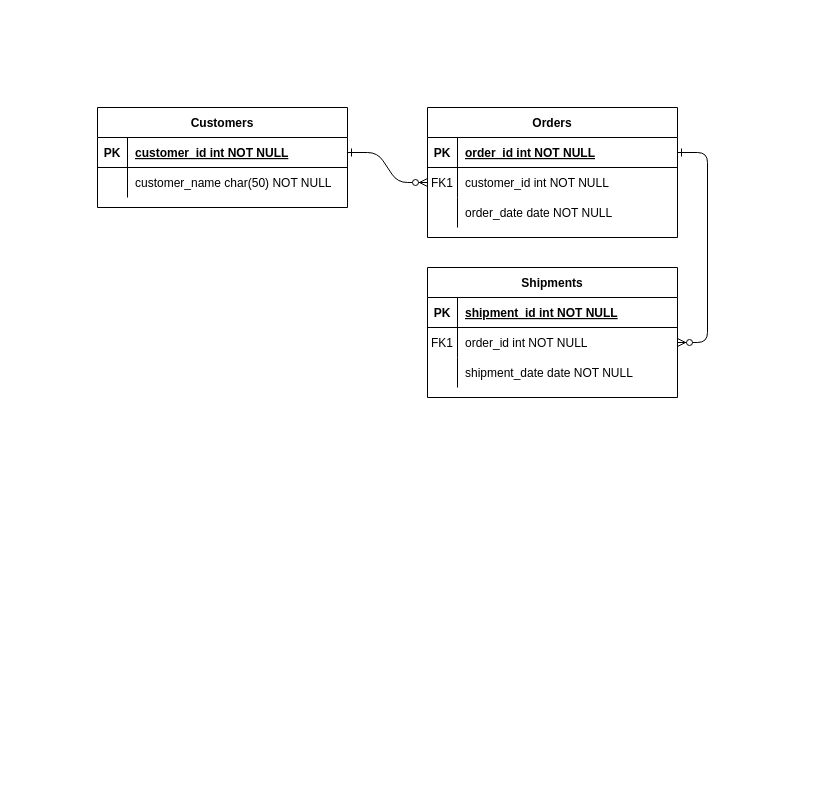
Earlier version of the draw.io diagram hotel.drawio (Kam1goroshi/DatabasesAssignment). Source tidied: cells renumbered, new cells numbered last; positions are measured from the earlier drawing's top-left corner, leaving out a move shared by most shapes. Both pictures are drawn from the tidied source at 100%, with x=0, y=0 at pixel (97, 107).
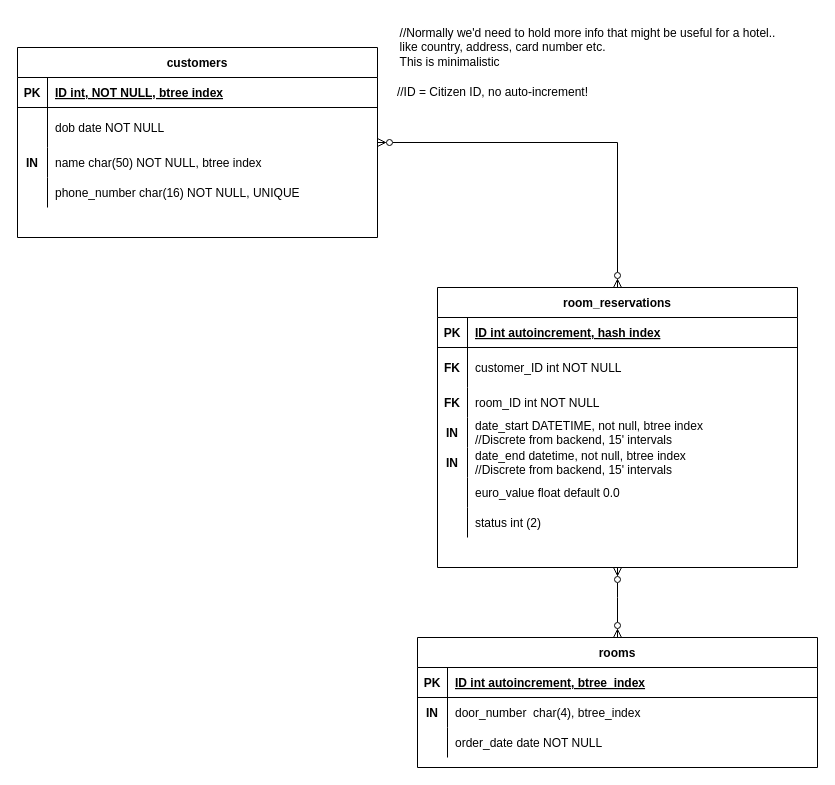
The same page after the edit.

What changed in the source:
```diff
@@
-    <mxCell id="2" style="edgeStyle=entityRelationEdgeStyle;endArrow=ERzeroToMany;startArrow=ERone;endFill=1;startFill=0;" parent="1" edge="1" source="25" target="8">
-      <mxGeometry relative="1" as="geometry" />
-    </mxCell>
-    <mxCell id="3" style="edgeStyle=entityRelationEdgeStyle;endArrow=ERzeroToMany;startArrow=ERone;endFill=1;startFill=0;" parent="1" edge="1" source="5" target="18">
-      <mxGeometry relative="1" as="geometry" />
-    </mxCell>
-    <mxCell id="4" value="Orders" style="shape=table;startSize=30;childLayout=tableLayout;rowLines=0;fontStyle=1;align=center;" parent="1" vertex="1">
-      <mxGeometry x="330" width="250" height="130" as="geometry" />
+    <mxCell id="4" value="rooms" style="shape=table;startSize=30;childLayout=tableLayout;rowLines=0;fontStyle=1;align=center;" parent="1" vertex="1">
+      <mxGeometry x="320" y="530" width="400" height="130" as="geometry" />
     </mxCell>
     <mxCell id="5" style="shape=partialRectangle;fillColor=none;points=[[0,0.5],[1,0.5]];portConstraint=eastwest;top=0;left=0;right=0;bottom=1;" parent="4" vertex="1">
-      <mxGeometry y="30" width="250" height="30" as="geometry" />
+      <mxGeometry y="30" width="400" height="30" as="geometry" />
     </mxCell>
@@
-    <mxCell id="7" value="order_id int NOT NULL " style="shape=partialRectangle;overflow=hidden;fillColor=none;top=0;left=0;bottom=0;right=0;align=left;spacingLeft=6;fontStyle=5;" parent="5" vertex="1">
-      <mxGeometry x="30" width="220" height="30" as="geometry" />
+    <mxCell id="7" value="ID int autoincrement, btree_index" style="shape=partialRectangle;overflow=hidden;fillColor=none;top=0;left=0;bottom=0;right=0;align=left;spacingLeft=6;fontStyle=5;" parent="5" vertex="1">
+      <mxGeometry x="30" width="370" height="30" as="geometry" />
     </mxCell>
     <mxCell id="8" style="shape=partialRectangle;fillColor=none;points=[[0,0.5],[1,0.5]];portConstraint=eastwest;top=0;left=0;right=0;bottom=0;" parent="4" vertex="1">
-      <mxGeometry y="60" width="250" height="30" as="geometry" />
+      <mxGeometry y="60" width="400" height="30" as="geometry" />
     </mxCell>
-    <mxCell id="9" value="FK1" style="shape=partialRectangle;overflow=hidden;fillColor=none;top=0;left=0;bottom=0;right=0;" parent="8" vertex="1">
+    <mxCell id="9" value="IN" style="shape=partialRectangle;overflow=hidden;fillColor=none;top=0;left=0;bottom=0;right=0;fontStyle=1;" parent="8" vertex="1">
       <mxGeometry width="30" height="30" as="geometry" />
     </mxCell>
-    <mxCell id="10" value="customer_id int NOT NULL" style="shape=partialRectangle;overflow=hidden;fillColor=none;top=0;left=0;bottom=0;right=0;align=left;spacingLeft=6;" parent="8" vertex="1">
-      <mxGeometry x="30" width="220" height="30" as="geometry" />
+    <mxCell id="10" value="door_number  char(4), btree_index" style="shape=partialRectangle;overflow=hidden;fillColor=none;top=0;left=0;bottom=0;right=0;align=left;spacingLeft=6;" parent="8" vertex="1">
+      <mxGeometry x="30" width="370" height="30" as="geometry" />
     </mxCell>
     <mxCell id="11" style="shape=partialRectangle;fillColor=none;top=0;left=0;right=0;bottom=0;" parent="4" vertex="1">
-      <mxGeometry y="90" width="250" height="30" as="geometry" />
+      <mxGeometry y="90" width="400" height="30" as="geometry" />
     </mxCell>
@@
     <mxCell id="13" value="order_date date NOT NULL" style="shape=partialRectangle;overflow=hidden;fillColor=none;top=0;left=0;bottom=0;right=0;align=left;spacingLeft=6;" parent="11" vertex="1">
-      <mxGeometry x="30" width="220" height="30" as="geometry" />
+      <mxGeometry x="30" width="370" height="30" as="geometry" />
     </mxCell>
-    <mxCell id="14" value="Shipments" style="shape=table;startSize=30;childLayout=tableLayout;rowLines=0;fontStyle=1;align=center;" parent="1" vertex="1">
-      <mxGeometry x="330" y="160" width="250" height="130" as="geometry" />
-    </mxCell>
-    <mxCell id="15" style="shape=partialRectangle;fillColor=none;top=0;left=0;right=0;bottom=1;" parent="14" vertex="1">
-      <mxGeometry y="30" width="250" height="30" as="geometry" />
-    </mxCell>
-    <mxCell id="16" value="PK" style="shape=partialRectangle;overflow=hidden;fillColor=none;top=0;left=0;bottom=0;right=0;fontStyle=1;" parent="15" vertex="1">
-      <mxGeometry width="30" height="30" as="geometry" />
-    </mxCell>
-    <mxCell id="17" value="shipment_id int NOT NULL " style="shape=partialRectangle;overflow=hidden;fillColor=none;top=0;left=0;bottom=0;right=0;align=left;spacingLeft=6;fontStyle=5;" parent="15" vertex="1">
-      <mxGeometry x="30" width="220" height="30" as="geometry" />
-    </mxCell>
-    <mxCell id="18" style="shape=partialRectangle;fillColor=none;points=[[0,0.5],[1,0.5]];portConstraint=eastwest;top=0;left=0;right=0;bottom=0;" parent="14" vertex="1">
-      <mxGeometry y="60" width="250" height="30" as="geometry" />
-    </mxCell>
-    <mxCell id="19" value="FK1" style="shape=partialRectangle;overflow=hidden;fillColor=none;top=0;left=0;bottom=0;right=0;" parent="18" vertex="1">
-      <mxGeometry width="30" height="30" as="geometry" />
-    </mxCell>
-    <mxCell id="20" value="order_id int NOT NULL" style="shape=partialRectangle;overflow=hidden;fillColor=none;top=0;left=0;bottom=0;right=0;align=left;spacingLeft=6;" parent="18" vertex="1">
-      <mxGeometry x="30" width="220" height="30" as="geometry" />
-    </mxCell>
-    <mxCell id="21" style="shape=partialRectangle;fillColor=none;top=0;left=0;right=0;bottom=0;" parent="14" vertex="1">
-      <mxGeometry y="90" width="250" height="30" as="geometry" />
-    </mxCell>
-    <mxCell id="22" style="shape=partialRectangle;overflow=hidden;fillColor=none;top=0;left=0;bottom=0;right=0;" parent="21" vertex="1">
-      <mxGeometry width="30" height="30" as="geometry" />
-    </mxCell>
-    <mxCell id="23" value="shipment_date date NOT NULL" style="shape=partialRectangle;overflow=hidden;fillColor=none;top=0;left=0;bottom=0;right=0;align=left;spacingLeft=6;" parent="21" vertex="1">
-      <mxGeometry x="30" width="220" height="30" as="geometry" />
-    </mxCell>
+    <mxCell id="31" style="edgeStyle=orthogonalEdgeStyle;rounded=0;jettySize=auto;html=1;entryX=0.5;entryY=0;entryDx=0;entryDy=0;endArrow=ERzeroToMany;endFill=0;startArrow=ERzeroToMany;startFill=0;" parent="1" edge="1" source="24" target="39">
+      <mxGeometry relative="1" as="geometry" />
+    </mxCell>
-    <mxCell id="24" value="Customers" style="shape=table;startSize=30;childLayout=tableLayout;rowLines=0;fontStyle=1;align=center;" parent="1" vertex="1">
-      <mxGeometry width="250" height="100" as="geometry" />
+    <mxCell id="24" value="customers" style="shape=table;startSize=30;childLayout=tableLayout;rowLines=0;fontStyle=1;align=center;" parent="1" vertex="1">
+      <mxGeometry x="-80" y="-60" width="360" height="190" as="geometry" />
     </mxCell>
     <mxCell id="25" style="shape=partialRectangle;fillColor=none;points=[[0,0.5],[1,0.5]];portConstraint=eastwest;top=0;left=0;right=0;bottom=1;" parent="24" vertex="1">
-      <mxGeometry y="30" width="250" height="30" as="geometry" />
+      <mxGeometry y="30" width="360" height="30" as="geometry" />
     </mxCell>
@@
-    <mxCell id="27" value="customer_id int NOT NULL " style="shape=partialRectangle;overflow=hidden;fillColor=none;top=0;left=0;bottom=0;right=0;align=left;spacingLeft=6;fontStyle=5;" parent="25" vertex="1">
-      <mxGeometry x="30" width="220" height="30" as="geometry" />
+    <mxCell id="27" value="ID int, NOT NULL, btree index" style="shape=partialRectangle;overflow=hidden;fillColor=none;top=0;left=0;bottom=0;right=0;align=left;spacingLeft=6;fontStyle=5;" parent="25" vertex="1">
+      <mxGeometry x="30" width="330" height="30" as="geometry" />
     </mxCell>
     <mxCell id="28" style="shape=partialRectangle;fillColor=none;top=0;left=0;right=0;bottom=0;" parent="24" vertex="1">
-      <mxGeometry y="60" width="250" height="30" as="geometry" />
+      <mxGeometry y="60" width="360" height="40" as="geometry" />
     </mxCell>
-    <mxCell id="29" style="shape=partialRectangle;overflow=hidden;fillColor=none;top=0;left=0;bottom=0;right=0;" parent="28" vertex="1">
-      <mxGeometry width="30" height="30" as="geometry" />
+    <mxCell id="29" style="shape=partialRectangle;overflow=hidden;fillColor=none;top=0;left=0;bottom=0;right=0;fontStyle=1;" parent="28" vertex="1">
+      <mxGeometry width="30" height="40" as="geometry" />
     </mxCell>
-    <mxCell id="30" value="customer_name char(50) NOT NULL" style="shape=partialRectangle;overflow=hidden;fillColor=none;top=0;left=0;bottom=0;right=0;align=left;spacingLeft=6;" parent="28" vertex="1">
-      <mxGeometry x="30" width="220" height="30" as="geometry" />
+    <mxCell id="30" value="dob date NOT NULL" style="shape=partialRectangle;overflow=hidden;fillColor=none;top=0;left=0;bottom=0;right=0;align=left;spacingLeft=6;strokeColor=default;" parent="28" vertex="1">
+      <mxGeometry x="30" width="330" height="40" as="geometry" />
     </mxCell>
+    <mxCell id="32" style="shape=partialRectangle;fillColor=none;top=0;left=0;right=0;bottom=0;" parent="24" vertex="1">
+      <mxGeometry y="100" width="360" height="30" as="geometry" />
+    </mxCell>
+    <mxCell id="33" value="IN" style="shape=partialRectangle;overflow=hidden;fillColor=none;top=0;left=0;bottom=0;right=0;fontStyle=1;" parent="32" vertex="1">
+      <mxGeometry width="30" height="30" as="geometry" />
+    </mxCell>
+    <mxCell id="34" value="name char(50) NOT NULL, btree index" style="shape=partialRectangle;overflow=hidden;fillColor=none;top=0;left=0;bottom=0;right=0;align=left;spacingLeft=6;" parent="32" vertex="1">
+      <mxGeometry x="30" width="330" height="30" as="geometry" />
+    </mxCell>
+    <mxCell id="35" style="shape=partialRectangle;fillColor=none;top=0;left=0;right=0;bottom=0;" parent="24" vertex="1">
+      <mxGeometry y="130" width="360" height="30" as="geometry" />
+    </mxCell>
+    <mxCell id="36" style="shape=partialRectangle;overflow=hidden;fillColor=none;top=0;left=0;bottom=0;right=0;fontStyle=1;" parent="35" vertex="1">
+      <mxGeometry width="30" height="30" as="geometry" />
+    </mxCell>
+    <mxCell id="37" value="phone_number char(16) NOT NULL, UNIQUE" style="shape=partialRectangle;overflow=hidden;fillColor=none;top=0;left=0;bottom=0;right=0;align=left;spacingLeft=6;" parent="35" vertex="1">
+      <mxGeometry x="30" width="330" height="30" as="geometry" />
+    </mxCell>
+    <mxCell id="38" style="edgeStyle=orthogonalEdgeStyle;rounded=0;jettySize=auto;html=1;exitX=0.5;exitY=1;exitDx=0;exitDy=0;entryX=0.5;entryY=0;entryDx=0;entryDy=0;endArrow=ERzeroToMany;endFill=0;startArrow=ERzeroToMany;startFill=0;" parent="1" edge="1" source="39" target="4">
+      <mxGeometry relative="1" as="geometry">
+        <Array as="points">
+          <mxPoint x="520" y="490" />
+          <mxPoint x="520" y="490" />
+        </Array>
+      </mxGeometry>
+    </mxCell>
+    <mxCell id="39" value="room_reservations" style="shape=table;startSize=30;childLayout=tableLayout;rowLines=0;fontStyle=1;align=center;" parent="1" vertex="1">
+      <mxGeometry x="340" y="180" width="360" height="280" as="geometry" />
+    </mxCell>
+    <mxCell id="40" style="shape=partialRectangle;fillColor=none;top=0;left=0;right=0;bottom=1;" parent="39" vertex="1">
+      <mxGeometry y="30" width="360" height="30" as="geometry" />
+    </mxCell>
+    <mxCell id="16" value="PK" style="shape=partialRectangle;overflow=hidden;fillColor=none;top=0;left=0;bottom=0;right=0;fontStyle=1;" parent="40" vertex="1">
+      <mxGeometry width="30" height="30" as="geometry" />
+    </mxCell>
+    <mxCell id="41" value="ID int autoincrement, hash index" style="shape=partialRectangle;overflow=hidden;fillColor=none;top=0;left=0;bottom=0;right=0;align=left;spacingLeft=6;fontStyle=5;" parent="40" vertex="1">
+      <mxGeometry x="30" width="330" height="30" as="geometry" />
+    </mxCell>
+    <mxCell id="42" style="shape=partialRectangle;fillColor=none;top=0;left=0;right=0;bottom=0;" parent="39" vertex="1">
+      <mxGeometry y="60" width="360" height="40" as="geometry" />
+    </mxCell>
+    <mxCell id="43" value="FK" style="shape=partialRectangle;overflow=hidden;fillColor=none;top=0;left=0;bottom=0;right=0;fontStyle=1;" parent="42" vertex="1">
+      <mxGeometry width="30" height="40" as="geometry" />
+    </mxCell>
+    <mxCell id="44" value="customer_ID int NOT NULL" style="shape=partialRectangle;overflow=hidden;fillColor=none;top=0;left=0;bottom=0;right=0;align=left;spacingLeft=6;strokeColor=default;" parent="42" vertex="1">
+      <mxGeometry x="30" width="330" height="40" as="geometry" />
+    </mxCell>
+    <mxCell id="45" style="shape=partialRectangle;fillColor=none;top=0;left=0;right=0;bottom=0;" parent="39" vertex="1">
+      <mxGeometry y="100" width="360" height="30" as="geometry" />
+    </mxCell>
+    <mxCell id="46" value="FK" style="shape=partialRectangle;overflow=hidden;fillColor=none;top=0;left=0;bottom=0;right=0;fontStyle=1;" parent="45" vertex="1">
+      <mxGeometry width="30" height="30" as="geometry" />
+    </mxCell>
+    <mxCell id="47" value="room_ID int NOT NULL" style="shape=partialRectangle;overflow=hidden;fillColor=none;top=0;left=0;bottom=0;right=0;align=left;spacingLeft=6;" parent="45" vertex="1">
+      <mxGeometry x="30" width="330" height="30" as="geometry" />
+    </mxCell>
+    <mxCell id="48" style="shape=partialRectangle;fillColor=none;top=0;left=0;right=0;bottom=0;" parent="39" vertex="1">
+      <mxGeometry y="130" width="360" height="30" as="geometry" />
+    </mxCell>
+    <mxCell id="49" value="IN" style="shape=partialRectangle;overflow=hidden;fillColor=none;top=0;left=0;bottom=0;right=0;fontStyle=1;" parent="48" vertex="1">
+      <mxGeometry width="30" height="30" as="geometry" />
+    </mxCell>
+    <mxCell id="50" value="date_start DATETIME, not null, btree index&#10;//Discrete from backend, 15' intervals" style="shape=partialRectangle;overflow=hidden;fillColor=none;top=0;left=0;bottom=0;right=0;align=left;spacingLeft=6;" parent="48" vertex="1">
+      <mxGeometry x="30" width="330" height="30" as="geometry" />
+    </mxCell>
+    <mxCell id="51" style="shape=partialRectangle;fillColor=none;top=0;left=0;right=0;bottom=0;" parent="39" vertex="1">
+      <mxGeometry y="160" width="360" height="30" as="geometry" />
+    </mxCell>
+    <mxCell id="52" value="IN" style="shape=partialRectangle;overflow=hidden;fillColor=none;top=0;left=0;bottom=0;right=0;fontStyle=1;" parent="51" vertex="1">
+      <mxGeometry width="30" height="30" as="geometry" />
+    </mxCell>
+    <mxCell id="53" value="date_end datetime, not null, btree index&#10;//Discrete from backend, 15' intervals" style="shape=partialRectangle;overflow=hidden;fillColor=none;top=0;left=0;bottom=0;right=0;align=left;spacingLeft=6;" parent="51" vertex="1">
+      <mxGeometry x="30" width="330" height="30" as="geometry" />
+    </mxCell>
+    <mxCell id="54" style="shape=partialRectangle;fillColor=none;top=0;left=0;right=0;bottom=0;" parent="39" vertex="1">
+      <mxGeometry y="190" width="360" height="30" as="geometry" />
+    </mxCell>
+    <mxCell id="55" style="shape=partialRectangle;overflow=hidden;fillColor=none;top=0;left=0;bottom=0;right=0;fontStyle=1;" parent="54" vertex="1">
+      <mxGeometry width="30" height="30" as="geometry" />
+    </mxCell>
+    <mxCell id="56" value="euro_value float default 0.0" style="shape=partialRectangle;overflow=hidden;fillColor=none;top=0;left=0;bottom=0;right=0;align=left;spacingLeft=6;" parent="54" vertex="1">
+      <mxGeometry x="30" width="330" height="30" as="geometry" />
+    </mxCell>
+    <mxCell id="57" style="shape=partialRectangle;fillColor=none;top=0;left=0;right=0;bottom=0;" parent="39" vertex="1">
+      <mxGeometry y="220" width="360" height="30" as="geometry" />
+    </mxCell>
+    <mxCell id="58" style="shape=partialRectangle;overflow=hidden;fillColor=none;top=0;left=0;bottom=0;right=0;fontStyle=1;" parent="57" vertex="1">
+      <mxGeometry width="30" height="30" as="geometry" />
+    </mxCell>
+    <mxCell id="59" value="status int (2) " style="shape=partialRectangle;overflow=hidden;fillColor=none;top=0;left=0;bottom=0;right=0;align=left;spacingLeft=6;" parent="57" vertex="1">
+      <mxGeometry x="30" width="330" height="30" as="geometry" />
+    </mxCell>
+    <mxCell id="60" value="//ID = Citizen ID, no auto-increment!" style="text;html=1;align=center;verticalAlign=middle;strokeColor=none;fillColor=none;" parent="1" vertex="1">
+      <mxGeometry x="290" y="-30" width="210" height="30" as="geometry" />
+    </mxCell>
+    <mxCell id="61" value="&lt;div style=&quot;text-align: left;&quot;&gt;&lt;span style=&quot;background-color: initial;&quot;&gt;//Normally we'd need to hold more info that might be useful for a hotel..&lt;/span&gt;&lt;/div&gt;&lt;div style=&quot;text-align: left;&quot;&gt;&lt;span style=&quot;background-color: initial;&quot;&gt;like country, address, card number etc.&lt;/span&gt;&lt;/div&gt;&lt;div style=&quot;text-align: left;&quot;&gt;&lt;span style=&quot;background-color: initial;&quot;&gt;This is minimalistic&lt;/span&gt;&lt;/div&gt;" style="text;html=1;align=center;verticalAlign=middle;strokeColor=none;fillColor=none;" parent="1" vertex="1">
+      <mxGeometry x="290" y="-90" width="400" height="60" as="geometry" />
+    </mxCell>
```
